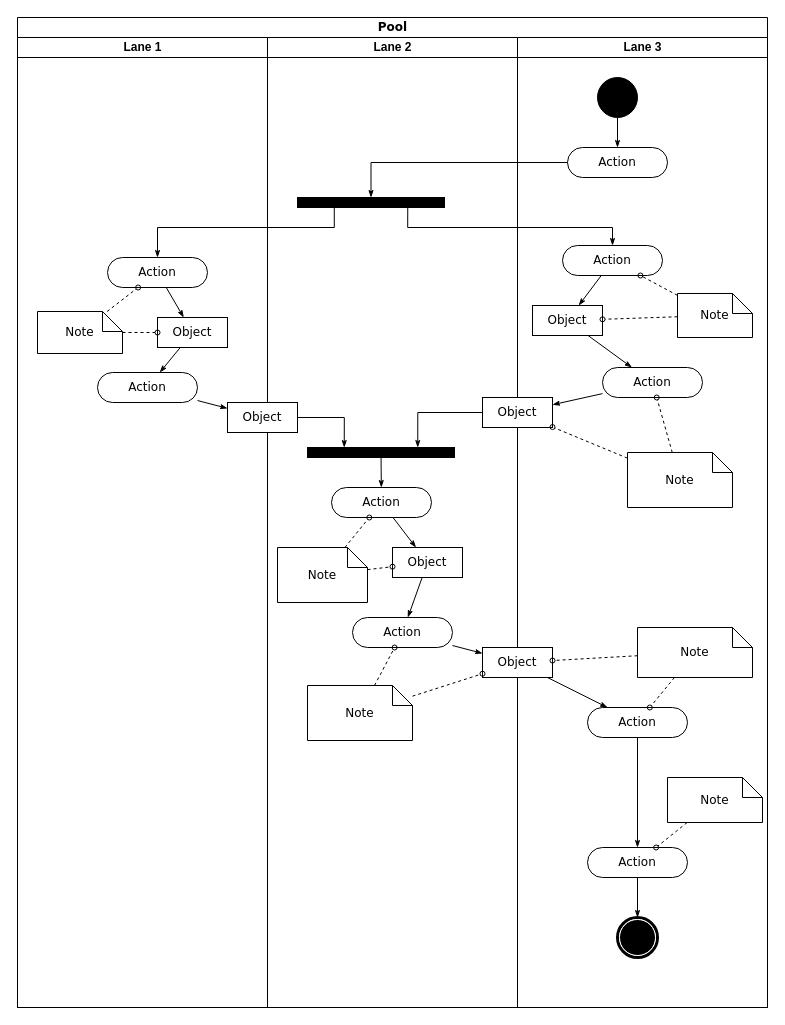
karlchan-cn/drawio-repository keeps this draw.io diagram as universal-engine/feeds-h5-transparent.drawio. Above is the earlier version. Source tidied: cells renumbered, new cells numbered last; positions are measured from the earlier drawing's top-left corner, leaving out a move shared by most shapes. Both pictures are drawn from the tidied source at 100%, with x=0, y=0 at pixel (17, 17).
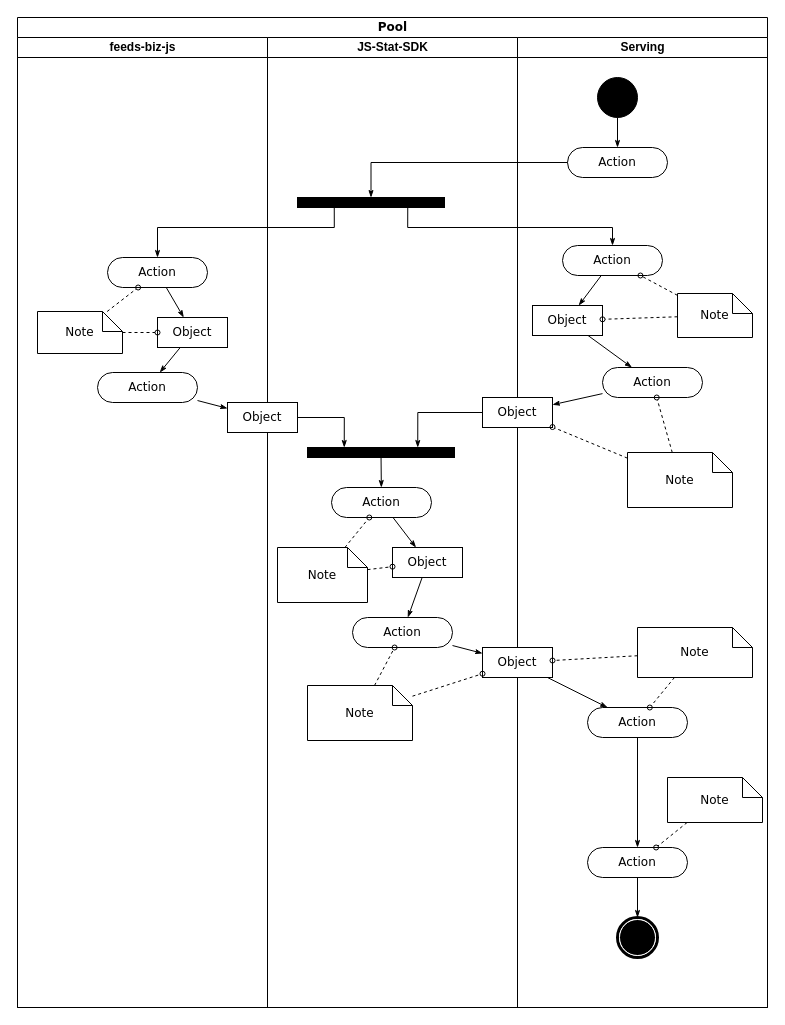
The same diagram, later.

Unchanged cells that the change refers to:
```xml
<mxCell id="2" value="Pool" style="swimlane;html=1;startSize=20;rounded=0;shadow=0;comic=0;labelBackgroundColor=none;strokeWidth=1;fontFamily=Verdana;fontSize=12;align=center;" parent="1" vertex="1">
  <mxGeometry width="750" height="990" as="geometry" />
</mxCell>
```

Change to the diagram source:
```diff
@@
-    <mxCell id="3" value="Lane 1" style="swimlane;html=1;startSize=20;" parent="2" vertex="1">
+    <mxCell id="3" value="feeds-biz-js" style="swimlane;html=1;startSize=20;" parent="2" vertex="1">
       <mxGeometry y="20" width="250" height="970" as="geometry" />
     </mxCell>
@@
-    <mxCell id="12" value="Lane 2" style="swimlane;html=1;startSize=20;" parent="2" vertex="1">
+    <mxCell id="12" value="JS-Stat-SDK" style="swimlane;html=1;startSize=20;" parent="2" vertex="1">
       <mxGeometry x="250" y="20" width="250" height="970" as="geometry" />
     </mxCell>
@@
-    <mxCell id="28" value="Lane 3" style="swimlane;html=1;startSize=20;" parent="2" vertex="1">
+    <mxCell id="28" value="Serving" style="swimlane;html=1;startSize=20;" parent="2" vertex="1">
       <mxGeometry x="500" y="20" width="250" height="970" as="geometry" />
     </mxCell>
```
